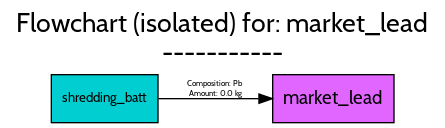
This is src/futuram/examples/ELV/figures/flowcharts/processes/png/market_lead.png from FutuRaM-Project/Recovery-Model, a Graphviz export, as it was before one commit. Its source is kept beside it as src/futuram/examples/ELV/figures/flowcharts/processes/dot/market_lead.dot. Its diagram source:
```dot
digraph {
	graph [bb="0,0,326,88",
		font=Cabin,
		fontname=Cabin,
		fontsize=20,
		label="Flowchart (isolated) for: market_lead
-----------",
		labeljust=c,
		labelloc=tc,
		lheight=0.61,
		lp="163,62",
		lwidth=4.31,
		nodesep=0.6,
		rankdir=LR,
		ranksep=0.6
	];
	node [label="\N"];
	market_lead	[fillcolor=mediumorchid1,
		fontname=Cabin,
		fontsize=14,
		height=0.5,
		pos="246,18",
		shape=box,
		style=filled,
		width=1.2639];
	shredding_batt	[fillcolor=darkturquoise,
		fontname=Cabin,
		fontsize=10,
		height=0.5,
		pos="74.5,18",
		shape=box,
		style=filled,
		width=1.1111];
	shredding_batt -> market_lead	[color=black,
		fontname=Cabin,
		fontsize=6,
		label="Composition: Pb
Amount: 0.0 kg",
		lp="157.5,25",
		pos="e,200.22,18 114.81,18 137.15,18 165.46,18 189.97,18"];
}
```
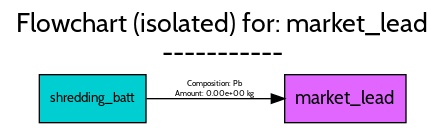
Later version of the same file.

Change to the diagram source:
```diff
@@ -19,7 +19,7 @@
 		fontname=Cabin,
 		fontsize=14,
 		height=0.5,
-		pos="246,18",
+		pos="255,18",
 		shape=box,
 		style=filled,
 		width=1.2639];
@@ -27,7 +27,7 @@
 		fontname=Cabin,
 		fontsize=10,
 		height=0.5,
-		pos="74.5,18",
+		pos="65.5,18",
 		shape=box,
 		style=filled,
 		width=1.1111];
@@ -35,7 +35,7 @@
 		fontname=Cabin,
 		fontsize=6,
 		label="Composition: Pb
-Amount: 0.0 kg",
+Amount: 0.00e+00 kg",
 		lp="157.5,25",
-		pos="e,200.22,18 114.81,18 137.15,18 165.46,18 189.97,18"];
+		pos="e,209.49,18 105.81,18 132.89,18 169.26,18 199.19,18"];
 }
```
